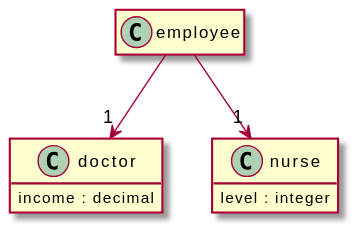
davidmoten/openapi-to-plantuml keeps this PlantUML diagram as src/docs/tests/all-of-class-level.puml.svg. Above is the earlier version.
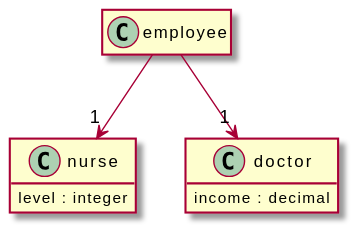
The same diagram one commit later.

The edit, as a diff of the source:
```diff
@@ -7,10 +7,6 @@
 class "employee" {
 }
 
-"employee" --> "1" "doctor"
-
-"employee" --> "1" "nurse"
-
 class "nurse" {
   level : integer
 }
@@ -19,4 +15,8 @@
   income : decimal
 }
 
+"employee" --> "1" doctor
+
+"employee" --> "1" nurse
+
 @enduml
```
